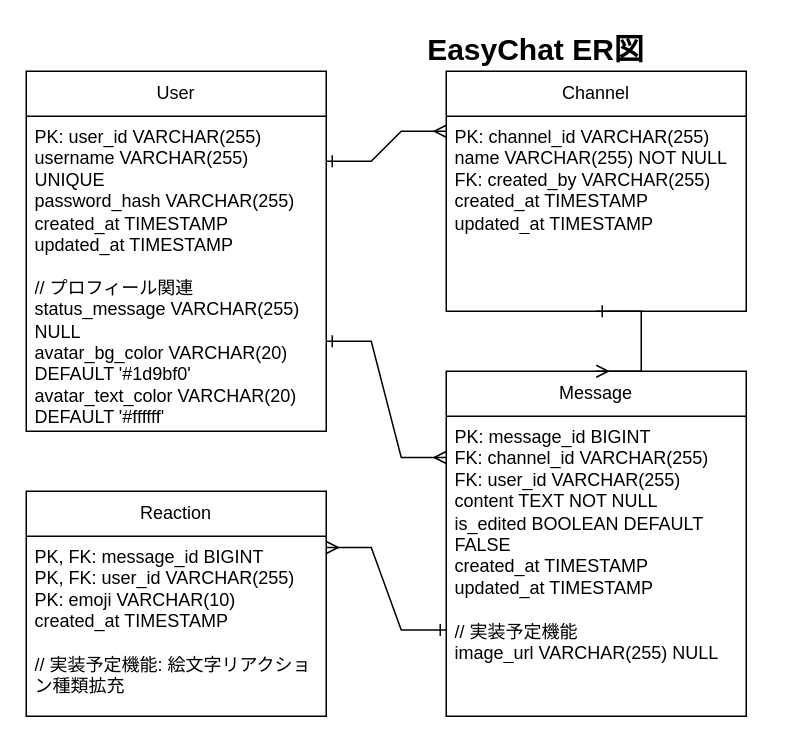
Earlier version of the draw.io diagram ER-diagram.drawio (EDEN0412/EasyChat). Source tidied: cells renumbered, new cells numbered last; positions are measured from the earlier drawing's top-left corner, leaving out a move shared by most shapes. Both pictures are drawn from the tidied source at 150%, with x=0, y=0 at pixel (26, 26).
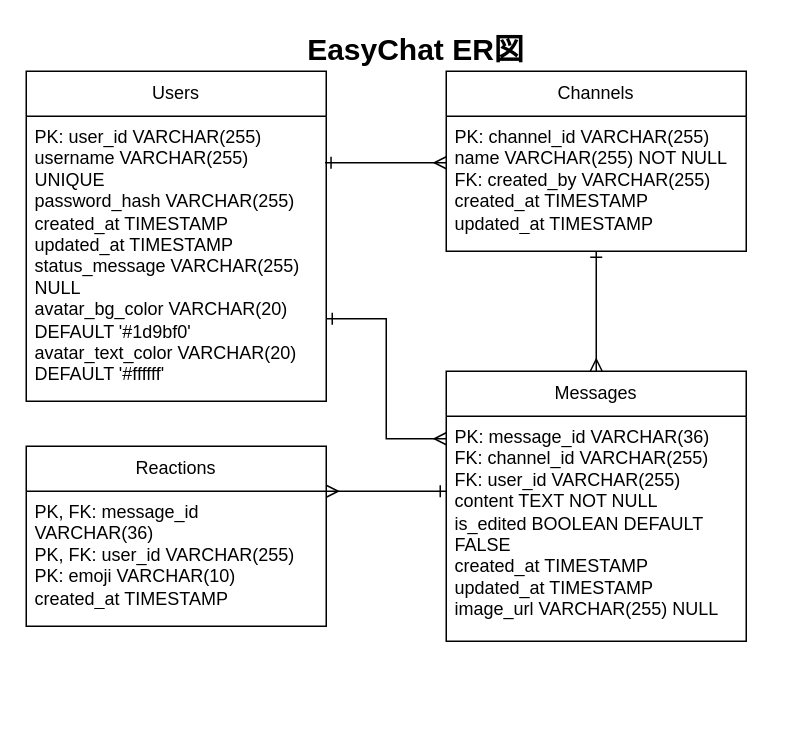
The same page after the edit.

Commit message (it also covers changes not shown here):
ER図と画面フロー、READMEの更新

The edit, as a diff of the source:
```diff
@@
 <mxGraphModel>
   <root>
     <mxCell id="0" />
     <mxCell id="1" parent="0" />
-    <mxCell id="2" value="User" style="swimlane;fontStyle=0;horizontal=1;startSize=30;whiteSpace=wrap;html=1;" parent="1" vertex="1">
-      <mxGeometry y="30" width="200" height="240" as="geometry" />
+    <mxCell id="2" value="Users" style="swimlane;fontStyle=0;horizontal=1;startSize=30;whiteSpace=wrap;html=1;" parent="1" vertex="1">
+      <mxGeometry y="30" width="200" height="220" as="geometry" />
     </mxCell>
-    <mxCell id="3" value="PK: user_id VARCHAR(255)&#10;username VARCHAR(255) UNIQUE&#10;password_hash VARCHAR(255)&#10;created_at TIMESTAMP&#10;updated_at TIMESTAMP&#10;&#10;// プロフィール関連&#10;status_message VARCHAR(255) NULL&#10;avatar_bg_color VARCHAR(20) DEFAULT '#1d9bf0'&#10;avatar_text_color VARCHAR(20) DEFAULT '#ffffff'" style="text;strokeColor=none;fillColor=none;align=left;verticalAlign=top;spacingLeft=4;spacingRight=4;overflow=hidden;points=[[0,0.5],[1,0.5]];portConstraint=eastwest;whiteSpace=wrap;html=1;" parent="2" vertex="1">
-      <mxGeometry y="30" width="200" height="210" as="geometry" />
+    <mxCell id="3" value="PK: user_id VARCHAR(255)&lt;br&gt;username VARCHAR(255) UNIQUE&lt;br&gt;password_hash VARCHAR(255)&lt;br&gt;created_at TIMESTAMP&lt;br&gt;updated_at TIMESTAMP&lt;br&gt;status_message VARCHAR(255) NULL&lt;br&gt;avatar_bg_color VARCHAR(20) DEFAULT '#1d9bf0'&lt;br&gt;avatar_text_color VARCHAR(20) DEFAULT '#ffffff'" style="text;strokeColor=none;fillColor=none;align=left;verticalAlign=top;spacingLeft=4;spacingRight=4;overflow=hidden;points=[[0,0.5],[1,0.5]];portConstraint=eastwest;whiteSpace=wrap;html=1;" parent="2" vertex="1">
+      <mxGeometry y="30" width="200" height="190" as="geometry" />
     </mxCell>
-    <mxCell id="4" value="Channel" style="swimlane;fontStyle=0;horizontal=1;startSize=30;whiteSpace=wrap;html=1;" parent="1" vertex="1">
-      <mxGeometry x="280" y="30" width="200" height="160" as="geometry" />
+    <mxCell id="4" value="Channels" style="swimlane;fontStyle=0;horizontal=1;startSize=30;whiteSpace=wrap;html=1;" parent="1" vertex="1">
+      <mxGeometry x="280" y="30" width="200" height="120" as="geometry" />
     </mxCell>
     <mxCell id="5" value="PK: channel_id VARCHAR(255)&#10;name VARCHAR(255) NOT NULL&#10;FK: created_by VARCHAR(255)&#10;created_at TIMESTAMP&#10;updated_at TIMESTAMP" style="text;strokeColor=none;fillColor=none;align=left;verticalAlign=top;spacingLeft=4;spacingRight=4;overflow=hidden;points=[[0,0.5],[1,0.5]];portConstraint=eastwest;whiteSpace=wrap;html=1;" parent="4" vertex="1">
-      <mxGeometry y="30" width="200" height="130" as="geometry" />
+      <mxGeometry y="30" width="200" height="90" as="geometry" />
     </mxCell>
-    <mxCell id="6" value="Message" style="swimlane;fontStyle=0;horizontal=1;startSize=30;whiteSpace=wrap;html=1;" parent="1" vertex="1">
-      <mxGeometry x="280" y="230" width="200" height="230" as="geometry" />
+    <mxCell id="6" value="Messages" style="swimlane;fontStyle=0;horizontal=1;startSize=30;whiteSpace=wrap;html=1;" parent="1" vertex="1">
+      <mxGeometry x="280" y="230" width="200" height="180" as="geometry" />
     </mxCell>
-    <mxCell id="7" value="PK: message_id BIGINT&#10;FK: channel_id VARCHAR(255)&#10;FK: user_id VARCHAR(255)&#10;content TEXT NOT NULL&#10;is_edited BOOLEAN DEFAULT FALSE&#10;created_at TIMESTAMP&#10;updated_at TIMESTAMP&#10;&#10;// 実装予定機能&#10;image_url VARCHAR(255) NULL" style="text;strokeColor=none;fillColor=none;align=left;verticalAlign=top;spacingLeft=4;spacingRight=4;overflow=hidden;whiteSpace=wrap;html=1;" parent="6" vertex="1">
-      <mxGeometry y="30" width="200" height="200" as="geometry" />
+    <mxCell id="7" value="PK: message_id VARCHAR(36)&lt;br&gt;FK: channel_id VARCHAR(255)&lt;br&gt;FK: user_id VARCHAR(255)&lt;br&gt;content TEXT NOT NULL&lt;br&gt;is_edited BOOLEAN DEFAULT FALSE&lt;br&gt;created_at TIMESTAMP&lt;br&gt;updated_at TIMESTAMP&lt;br&gt;image_url VARCHAR(255) NULL" style="text;strokeColor=none;fillColor=none;align=left;verticalAlign=top;spacingLeft=4;spacingRight=4;overflow=hidden;whiteSpace=wrap;html=1;" parent="6" vertex="1">
+      <mxGeometry y="30" width="200" height="150" as="geometry" />
     </mxCell>
-    <mxCell id="8" value="Reaction" style="swimlane;fontStyle=0;horizontal=1;startSize=30;whiteSpace=wrap;html=1;" parent="1" vertex="1">
-      <mxGeometry y="310" width="200" height="150" as="geometry" />
+    <mxCell id="8" value="Reactions" style="swimlane;fontStyle=0;horizontal=1;startSize=30;whiteSpace=wrap;html=1;" parent="1" vertex="1">
+      <mxGeometry y="280" width="200" height="120" as="geometry" />
     </mxCell>
-    <mxCell id="9" value="PK, FK: message_id BIGINT&#10;PK, FK: user_id VARCHAR(255)&#10;PK: emoji VARCHAR(10)&#10;created_at TIMESTAMP&#10;&#10;// 実装予定機能: 絵文字リアクション種類拡充" style="text;strokeColor=none;fillColor=none;align=left;verticalAlign=top;spacingLeft=4;spacingRight=4;overflow=hidden;whiteSpace=wrap;html=1;" parent="8" vertex="1">
-      <mxGeometry y="30" width="200" height="120" as="geometry" />
+    <mxCell id="9" value="PK, FK: message_id VARCHAR(36)&lt;br&gt;PK, FK: user_id VARCHAR(255)&lt;br&gt;PK: emoji VARCHAR(10)&lt;br&gt;created_at TIMESTAMP" style="text;strokeColor=none;fillColor=none;align=left;verticalAlign=top;spacingLeft=4;spacingRight=4;overflow=hidden;whiteSpace=wrap;html=1;" parent="8" vertex="1">
+      <mxGeometry y="30" width="200" height="90" as="geometry" />
     </mxCell>
-    <mxCell id="10" style="edgeStyle=entityRelationEdgeStyle;fontSize=12;html=1;endArrow=ERmany;startArrow=ERone;rounded=0;exitX=1;exitY=0.25;exitDx=0;exitDy=0;entryX=0;entryY=0.25;entryDx=0;entryDy=0;startFill=0;" parent="1" edge="1" source="2" target="4">
-      <mxGeometry relative="1" as="geometry" />
+    <mxCell id="10" style="fontSize=12;html=1;endArrow=ERmany;startArrow=ERone;rounded=0;startFill=0;exitX=0.996;exitY=0.163;exitDx=0;exitDy=0;exitPerimeter=0;" parent="1" edge="1" source="3">
+      <mxGeometry relative="1" as="geometry">
+        <mxPoint x="280" y="91" as="targetPoint" />
+      </mxGeometry>
     </mxCell>
-    <mxCell id="11" style="edgeStyle=entityRelationEdgeStyle;fontSize=12;html=1;endArrow=ERmany;startArrow=ERone;rounded=0;exitX=0.5;exitY=1;exitDx=0;exitDy=0;entryX=0.5;entryY=0;entryDx=0;entryDy=0;startFill=0;" parent="1" edge="1" source="4" target="6">
-      <mxGeometry relative="1" as="geometry" />
-    </mxCell>
-    <mxCell id="12" style="edgeStyle=entityRelationEdgeStyle;fontSize=12;html=1;endArrow=ERmany;startArrow=ERone;rounded=0;exitX=1;exitY=0.75;exitDx=0;exitDy=0;entryX=0;entryY=0.25;entryDx=0;entryDy=0;startFill=0;" parent="1" edge="1" source="2" target="6">
+    <mxCell id="12" style="edgeStyle=orthogonalEdgeStyle;fontSize=12;html=1;endArrow=ERmany;startArrow=ERone;rounded=0;exitX=1;exitY=0.75;exitDx=0;exitDy=0;entryX=0;entryY=0.25;entryDx=0;entryDy=0;startFill=0;" parent="1" edge="1" source="2" target="6">
       <mxGeometry relative="1" as="geometry" />
     </mxCell>
-    <mxCell id="13" style="edgeStyle=entityRelationEdgeStyle;fontSize=12;html=1;endArrow=ERmany;startArrow=ERone;rounded=0;exitX=0;exitY=0.75;exitDx=0;exitDy=0;entryX=1;entryY=0.25;entryDx=0;entryDy=0;startFill=0;" parent="1" edge="1" source="6" target="8">
-      <mxGeometry relative="1" as="geometry" />
+    <mxCell id="13" style="fontSize=12;html=1;endArrow=ERmany;startArrow=ERone;rounded=0;entryX=1;entryY=0.25;entryDx=0;entryDy=0;startFill=0;" parent="1" edge="1" target="8">
+      <mxGeometry relative="1" as="geometry">
+        <mxPoint x="280" y="310" as="sourcePoint" />
+      </mxGeometry>
     </mxCell>
     <mxCell id="14" value="EasyChat ER図" style="text;html=1;strokeColor=none;fillColor=none;align=center;verticalAlign=middle;whiteSpace=wrap;rounded=0;fontSize=20;fontStyle=1;" parent="1" vertex="1">
-      <mxGeometry x="175" width="330" height="30" as="geometry" />
+      <mxGeometry x="95" width="330" height="30" as="geometry" />
     </mxCell>
+    <mxCell id="15" style="fontSize=12;html=1;endArrow=ERmany;startArrow=ERone;rounded=0;startFill=0;entryX=0.5;entryY=0;entryDx=0;entryDy=0;exitX=0.5;exitY=1;exitDx=0;exitDy=0;exitPerimeter=0;" parent="1" edge="1" source="5" target="6">
+      <mxGeometry relative="1" as="geometry" />
+    </mxCell>
   </root>
 </mxGraphModel>
```
